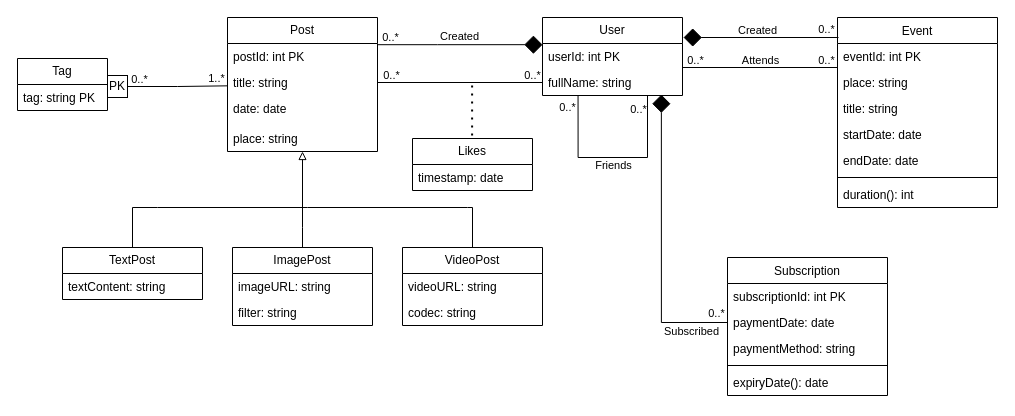
Before: Homework 1 P plus.drawio in Alvinn8/DD1368, a draw.io diagram. Source tidied: cells renumbered, new cells numbered last; positions are measured from the earlier drawing's top-left corner, leaving out a move shared by most shapes. Both pictures are drawn from the tidied source at 100%, with x=0, y=0 at pixel (17, 17).
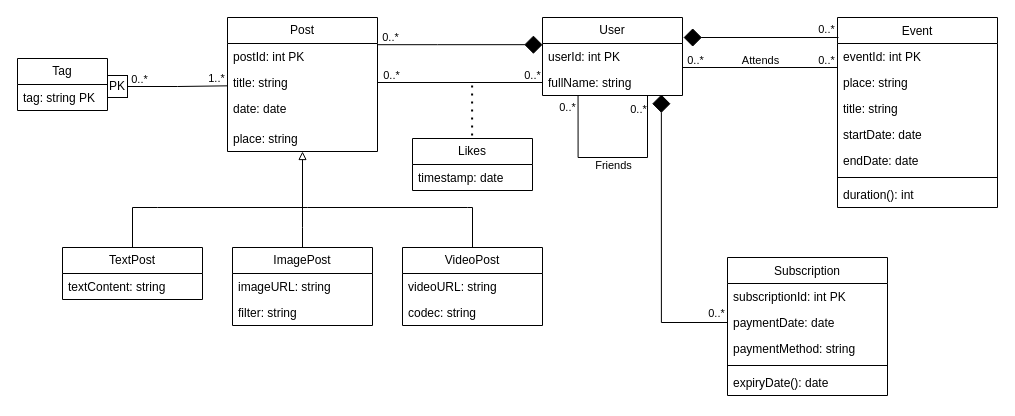
Above is the later version.

Commit message:
Remove named composition relations

The change refers to these unchanged cells:
```xml
<mxCell id="41" style="edgeStyle=orthogonalEdgeStyle;rounded=0;jettySize=auto;html=1;entryX=0.001;entryY=0.045;entryDx=0;entryDy=0;entryPerimeter=0;endArrow=diamond;endFill=1;endSize=16;" parent="1" edge="1" source="2" target="21">
  <mxGeometry relative="1" as="geometry">
    <Array as="points">
      <mxPoint x="420" y="27" />
    </Array>
  </mxGeometry>
</mxCell>
<mxCell id="56" style="edgeStyle=orthogonalEdgeStyle;rounded=0;orthogonalLoop=1;jettySize=auto;html=1;entryX=0;entryY=0.5;entryDx=0;entryDy=0;endArrow=none;endFill=0;startArrow=diamond;startFill=1;endSize=6;targetPerimeterSpacing=5;sourcePerimeterSpacing=4;startSize=16;" parent="1" edge="1">
  <mxGeometry relative="1" as="geometry">
    <mxPoint x="666" y="20" as="sourcePoint" />
    <mxPoint x="821" y="20" as="targetPoint" />
  </mxGeometry>
</mxCell>
<mxCell id="63" style="edgeStyle=orthogonalEdgeStyle;rounded=0;jettySize=auto;html=1;entryX=0.849;entryY=0.962;entryDx=0;entryDy=0;entryPerimeter=0;endArrow=diamond;endFill=1;startSize=8;endSize=16;" parent="1" edge="1" source="37" target="22">
  <mxGeometry relative="1" as="geometry" />
</mxCell>
```

What changed in the source:
```diff
@@
-    <mxCell id="42" value="Created" style="edgeLabel;html=1;align=center;verticalAlign=middle;" parent="41" vertex="1">
-      <mxGeometry x="-0.19" y="2" relative="1" as="geometry">
-        <mxPoint x="15" y="-7" as="offset" />
-      </mxGeometry>
-    </mxCell>
@@
-    <mxCell id="57" value="Created" style="edgeLabel;html=1;align=center;verticalAlign=middle;" parent="56" vertex="1">
-      <mxGeometry x="-0.08" y="2" relative="1" as="geometry">
-        <mxPoint x="2" y="-6" as="offset" />
-      </mxGeometry>
-    </mxCell>
@@
-    <mxCell id="65" value="Subscribed" style="edgeLabel;html=1;align=center;verticalAlign=middle;" parent="63" vertex="1">
-      <mxGeometry x="-0.66" y="1" relative="1" as="geometry">
-        <mxPoint x="13" y="7" as="offset" />
-      </mxGeometry>
-    </mxCell>
```
